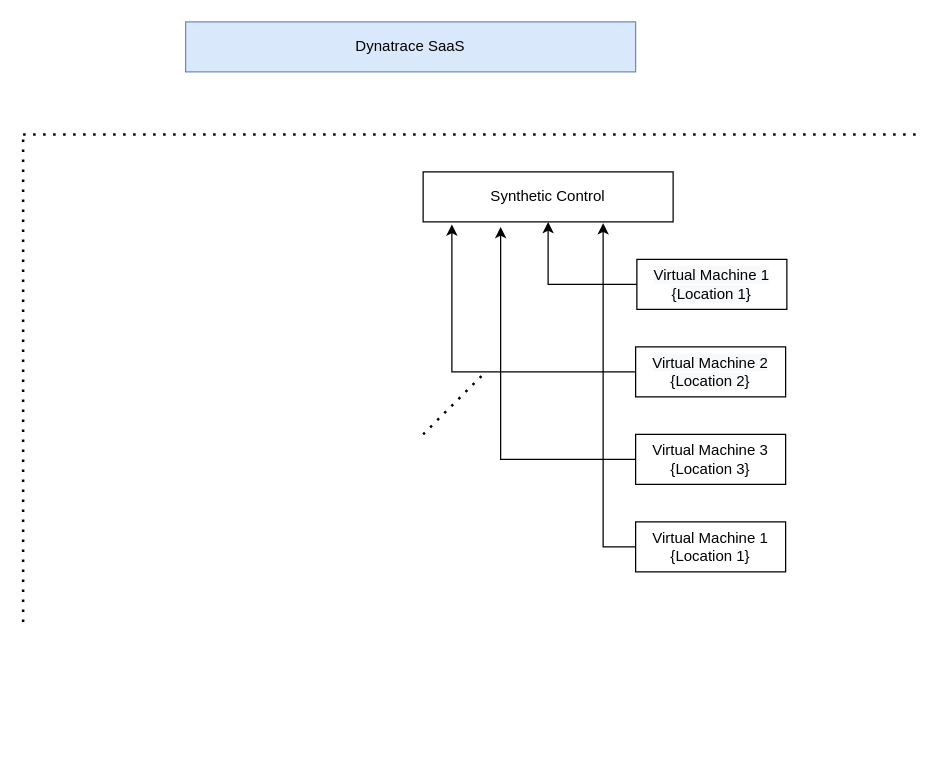
The draw.io diagram Untitled Diagram.drawio in theharithsa/theharithsa, before the edit. Source tidied: cells renumbered, new cells numbered last; positions are measured from the earlier drawing's top-left corner, leaving out a move shared by most shapes. Both pictures are drawn from the tidied source at 125%, with x=0, y=0 at pixel (22, 21).
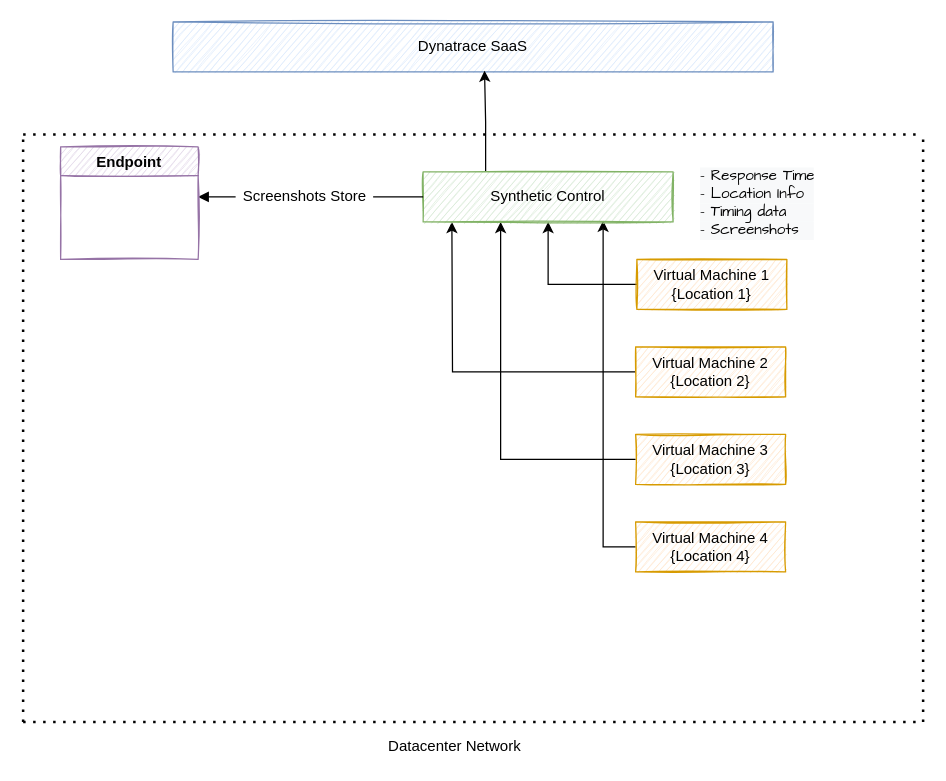
After the change.

Commit message:
SUP_Flow

Change to the diagram source:
```diff
@@
-    <mxCell id="2" style="edgeStyle=orthogonalEdgeStyle;rounded=0;jettySize=auto;html=1;exitX=0;exitY=0.5;exitDx=0;exitDy=0;entryX=0.72;entryY=1.025;entryDx=0;entryDy=0;entryPerimeter=0;" parent="1" edge="1" source="3" target="11">
+    <mxCell id="2" style="edgeStyle=orthogonalEdgeStyle;rounded=0;jettySize=auto;html=1;exitX=0;exitY=0.5;exitDx=0;exitDy=0;entryX=0.72;entryY=0.975;entryDx=0;entryDy=0;entryPerimeter=0;" parent="1" edge="1" source="3" target="11">
       <mxGeometry relative="1" as="geometry" />
     </mxCell>
-    <mxCell id="3" value="Virtual Machine 1 {Location 1}" style="rounded=0;whiteSpace=wrap;html=1;" parent="1" vertex="1">
+    <mxCell id="3" value="Virtual Machine 4 {Location 4}" style="rounded=0;whiteSpace=wrap;html=1;fillColor=#ffe6cc;strokeColor=#d79b00;sketch=1;" parent="1" vertex="1">
       <mxGeometry x="490" y="400" width="120" height="40" as="geometry" />
     </mxCell>
-    <mxCell id="4" value="Dynatrace SaaS" style="rounded=0;whiteSpace=wrap;html=1;fillColor=#dae8fc;strokeColor=#6c8ebf;" parent="1" vertex="1">
-      <mxGeometry x="130" width="360" height="40" as="geometry" />
+    <mxCell id="4" value="Dynatrace SaaS" style="rounded=0;whiteSpace=wrap;html=1;fillColor=#dae8fc;strokeColor=#6c8ebf;sketch=1;" parent="1" vertex="1">
+      <mxGeometry x="120" width="480" height="40" as="geometry" />
     </mxCell>
-    <mxCell id="5" style="edgeStyle=orthogonalEdgeStyle;rounded=0;jettySize=auto;html=1;exitX=0;exitY=0.5;exitDx=0;exitDy=0;entryX=0.31;entryY=1.1;entryDx=0;entryDy=0;entryPerimeter=0;" parent="1" edge="1" source="6" target="11">
+    <mxCell id="5" style="edgeStyle=orthogonalEdgeStyle;rounded=0;jettySize=auto;html=1;exitX=0;exitY=0.5;exitDx=0;exitDy=0;entryX=0.31;entryY=1;entryDx=0;entryDy=0;entryPerimeter=0;startArrow=none;startFill=0;endArrow=classic;endFill=1;" parent="1" edge="1" source="6" target="11">
       <mxGeometry relative="1" as="geometry" />
     </mxCell>
-    <mxCell id="6" value="&lt;span&gt;Virtual Machine 3 {Location 3}&lt;/span&gt;" style="rounded=0;whiteSpace=wrap;html=1;" parent="1" vertex="1">
+    <mxCell id="6" value="&lt;span&gt;Virtual Machine 3 {Location 3}&lt;/span&gt;" style="rounded=0;whiteSpace=wrap;html=1;fillColor=#ffe6cc;strokeColor=#d79b00;sketch=1;" parent="1" vertex="1">
       <mxGeometry x="490" y="330" width="120" height="40" as="geometry" />
     </mxCell>
-    <mxCell id="7" style="edgeStyle=orthogonalEdgeStyle;rounded=0;jettySize=auto;html=1;exitX=0;exitY=0.5;exitDx=0;exitDy=0;entryX=0.115;entryY=1.05;entryDx=0;entryDy=0;entryPerimeter=0;" parent="1" edge="1" source="8" target="11">
-      <mxGeometry relative="1" as="geometry" />
+    <mxCell id="7" style="edgeStyle=orthogonalEdgeStyle;rounded=0;jettySize=auto;html=1;exitX=0;exitY=0.5;exitDx=0;exitDy=0;" parent="1" edge="1" source="8">
+      <mxGeometry relative="1" as="geometry">
+        <mxPoint x="343" y="160" as="targetPoint" />
+      </mxGeometry>
     </mxCell>
-    <mxCell id="8" value="&lt;span style=&quot;color: rgb(0 , 0 , 0) ; font-family: &amp;#34;helvetica&amp;#34; ; font-size: 12px ; font-style: normal ; font-weight: 400 ; letter-spacing: normal ; text-align: center ; text-indent: 0px ; text-transform: none ; word-spacing: 0px ; background-color: rgb(248 , 249 , 250) ; display: inline ; float: none&quot;&gt;Virtual Machine 2 {Location 2}&lt;/span&gt;" style="rounded=0;whiteSpace=wrap;html=1;" parent="1" vertex="1">
+    <mxCell id="8" value="&lt;span style=&quot;color: rgb(0, 0, 0); font-family: helvetica; font-size: 12px; font-style: normal; font-weight: 400; letter-spacing: normal; text-align: center; text-indent: 0px; text-transform: none; word-spacing: 0px; display: inline; float: none;&quot;&gt;Virtual Machine 2 {Location 2}&lt;/span&gt;" style="rounded=0;whiteSpace=wrap;html=1;fillColor=#ffe6cc;strokeColor=#d79b00;labelBackgroundColor=none;sketch=1;" parent="1" vertex="1">
       <mxGeometry x="490" y="260" width="120" height="40" as="geometry" />
     </mxCell>
@@
-    <mxCell id="10" value="&lt;span style=&quot;color: rgb(0 , 0 , 0) ; font-family: &amp;#34;helvetica&amp;#34; ; font-size: 12px ; font-style: normal ; font-weight: 400 ; letter-spacing: normal ; text-align: center ; text-indent: 0px ; text-transform: none ; word-spacing: 0px ; background-color: rgb(248 , 249 , 250) ; display: inline ; float: none&quot;&gt;Virtual Machine 1 {Location 1}&lt;/span&gt;" style="rounded=0;whiteSpace=wrap;html=1;" parent="1" vertex="1">
+    <mxCell id="10" value="&lt;span style=&quot;color: rgb(0, 0, 0); font-family: helvetica; font-size: 12px; font-style: normal; font-weight: 400; letter-spacing: normal; text-align: center; text-indent: 0px; text-transform: none; word-spacing: 0px; display: inline; float: none;&quot;&gt;Virtual Machine 1 {Location 1}&lt;/span&gt;" style="rounded=0;whiteSpace=wrap;html=1;fillColor=#ffe6cc;strokeColor=#d79b00;labelBackgroundColor=none;sketch=1;" parent="1" vertex="1">
       <mxGeometry x="491" y="190" width="120" height="40" as="geometry" />
     </mxCell>
+    <mxCell id="15" style="edgeStyle=orthogonalEdgeStyle;rounded=0;jettySize=auto;html=1;exitX=0.25;exitY=0;exitDx=0;exitDy=0;entryX=0.519;entryY=0.975;entryDx=0;entryDy=0;entryPerimeter=0;startArrow=none;startFill=0;endArrow=classic;endFill=1;" parent="1" edge="1" source="11" target="4">
+      <mxGeometry relative="1" as="geometry" />
+    </mxCell>
+    <mxCell id="16" style="edgeStyle=orthogonalEdgeStyle;rounded=0;jettySize=auto;html=1;exitX=0;exitY=0.5;exitDx=0;exitDy=0;startArrow=none;startFill=0;endArrow=block;endFill=1;" parent="1" edge="1" source="22">
+      <mxGeometry relative="1" as="geometry">
+        <mxPoint x="140" y="140" as="targetPoint" />
+      </mxGeometry>
+    </mxCell>
-    <mxCell id="11" value="Synthetic Control" style="rounded=0;whiteSpace=wrap;html=1;gradientColor=none;" parent="1" vertex="1">
+    <mxCell id="11" value="Synthetic Control" style="rounded=0;whiteSpace=wrap;html=1;fillColor=#d5e8d4;strokeColor=#82b366;sketch=1;" parent="1" vertex="1">
       <mxGeometry x="320" y="120" width="200" height="40" as="geometry" />
     </mxCell>
-    <mxCell id="12" style="endArrow=none;dashed=1;html=1;dashPattern=1 3;strokeWidth=2;" parent="1" edge="1">
-      <mxGeometry relative="1" as="geometry">
-        <mxPoint x="320" y="330" as="sourcePoint" />
-        <mxPoint x="370" y="280" as="targetPoint" />
-      </mxGeometry>
-    </mxCell>
@@
     <mxCell id="14" style="endArrow=none;dashed=1;html=1;dashPattern=1 3;strokeWidth=2;" parent="1" edge="1">
       <mxGeometry relative="1" as="geometry">
-        <mxPoint y="480" as="sourcePoint" />
+        <mxPoint y="560" as="sourcePoint" />
         <mxPoint y="90" as="targetPoint" />
       </mxGeometry>
     </mxCell>
+    <mxCell id="17" style="endArrow=none;dashed=1;html=1;dashPattern=1 3;strokeWidth=2;" parent="1" edge="1">
+      <mxGeometry relative="1" as="geometry">
+        <mxPoint x="720" y="560" as="sourcePoint" />
+        <mxPoint x="720" y="90" as="targetPoint" />
+      </mxGeometry>
+    </mxCell>
+    <mxCell id="18" style="endArrow=none;dashed=1;html=1;dashPattern=1 3;strokeWidth=2;" parent="1" edge="1">
+      <mxGeometry relative="1" as="geometry">
+        <mxPoint y="560" as="sourcePoint" />
+        <mxPoint x="720" y="560" as="targetPoint" />
+      </mxGeometry>
+    </mxCell>
+    <mxCell id="19" value="Datacenter Network" style="text;html=1;align=center;verticalAlign=middle;strokeColor=none;" parent="1" vertex="1">
+      <mxGeometry x="285" y="570" width="120" height="20" as="geometry" />
+    </mxCell>
+    <mxCell id="20" value="&lt;div style=&quot;color: rgb(0, 0, 0); font-size: 12px; font-style: normal; font-weight: 400; letter-spacing: normal; text-indent: 0px; text-transform: none; word-spacing: 0px; background-color: rgb(248, 249, 250); text-align: left;&quot;&gt;&lt;span&gt;- Response Time&lt;/span&gt;&lt;/div&gt;&lt;div style=&quot;color: rgb(0, 0, 0); font-size: 12px; font-style: normal; font-weight: 400; letter-spacing: normal; text-indent: 0px; text-transform: none; word-spacing: 0px; background-color: rgb(248, 249, 250); text-align: left;&quot;&gt;&lt;span&gt;- Location Info&lt;/span&gt;&lt;/div&gt;&lt;div style=&quot;color: rgb(0, 0, 0); font-size: 12px; font-style: normal; font-weight: 400; letter-spacing: normal; text-indent: 0px; text-transform: none; word-spacing: 0px; background-color: rgb(248, 249, 250); text-align: left;&quot;&gt;&lt;span&gt;- Timing data&lt;/span&gt;&lt;/div&gt;&lt;div style=&quot;color: rgb(0, 0, 0); font-size: 12px; font-style: normal; font-weight: 400; letter-spacing: normal; text-indent: 0px; text-transform: none; word-spacing: 0px; background-color: rgb(248, 249, 250); text-align: left;&quot;&gt;&lt;span&gt;- Screenshots&lt;/span&gt;&lt;/div&gt;" style="text;whiteSpace=wrap;html=1;fontFamily=Comic Sans MS;" parent="1" vertex="1">
+      <mxGeometry x="540" y="110" width="120" height="70" as="geometry" />
+    </mxCell>
+    <mxCell id="21" value="Endpoint" style="swimlane;labelBackgroundColor=none;fillColor=#e1d5e7;strokeColor=#9673a6;swimlaneFillColor=none;sketch=1;" parent="1" vertex="1">
+      <mxGeometry x="30" y="100" width="110" height="90" as="geometry" />
+    </mxCell>
+    <mxCell id="22" value="Screenshots Store" style="text;html=1;align=center;verticalAlign=middle;points=[];strokeColor=none;" parent="1" vertex="1">
+      <mxGeometry x="170" y="130" width="110" height="20" as="geometry" />
+    </mxCell>
+    <mxCell id="23" style="edgeStyle=orthogonalEdgeStyle;rounded=0;jettySize=auto;html=1;exitX=0;exitY=0.5;exitDx=0;exitDy=0;startArrow=none;startFill=0;endArrow=none;endFill=1;" parent="1" edge="1" source="11" target="22">
+      <mxGeometry relative="1" as="geometry" />
+    </mxCell>
```
